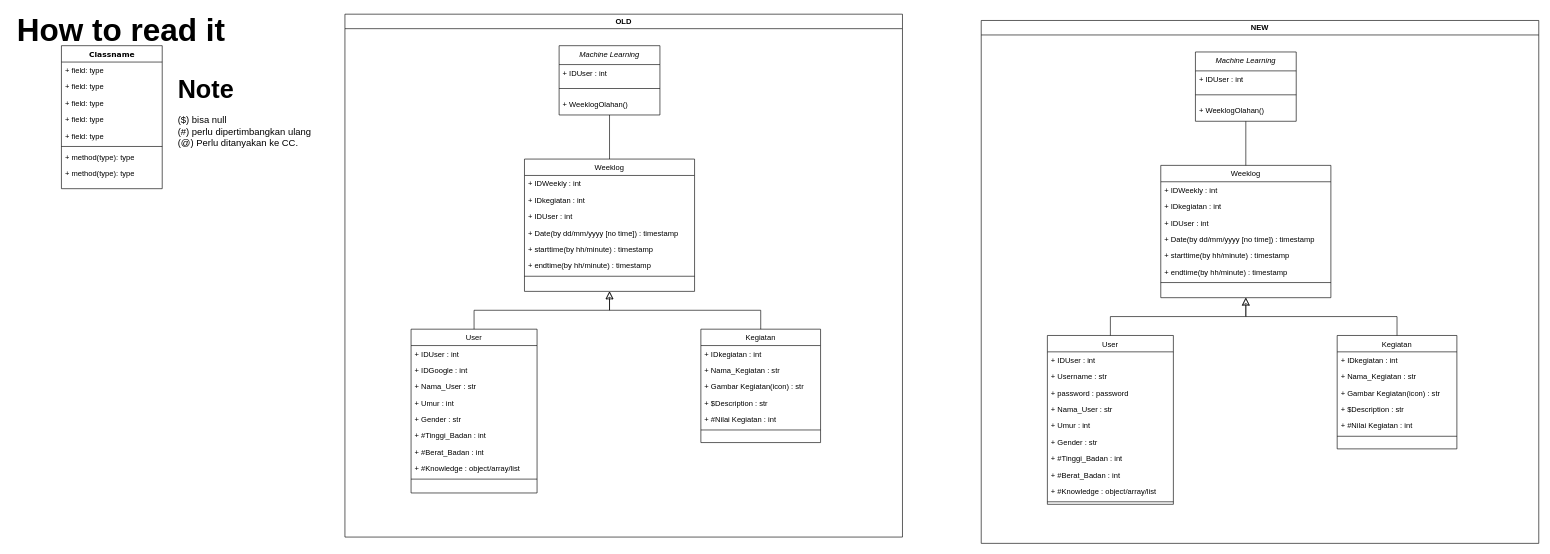
Earlier version of the draw.io diagram database.drawio (CAPSTONE-CH2-PS008/Database). Source tidied: cells renumbered, new cells numbered last; positions are measured from the earlier drawing's top-left corner, leaving out a move shared by most shapes. Both pictures are drawn from the tidied source at 63%, with x=0, y=0 at pixel (11, 14).
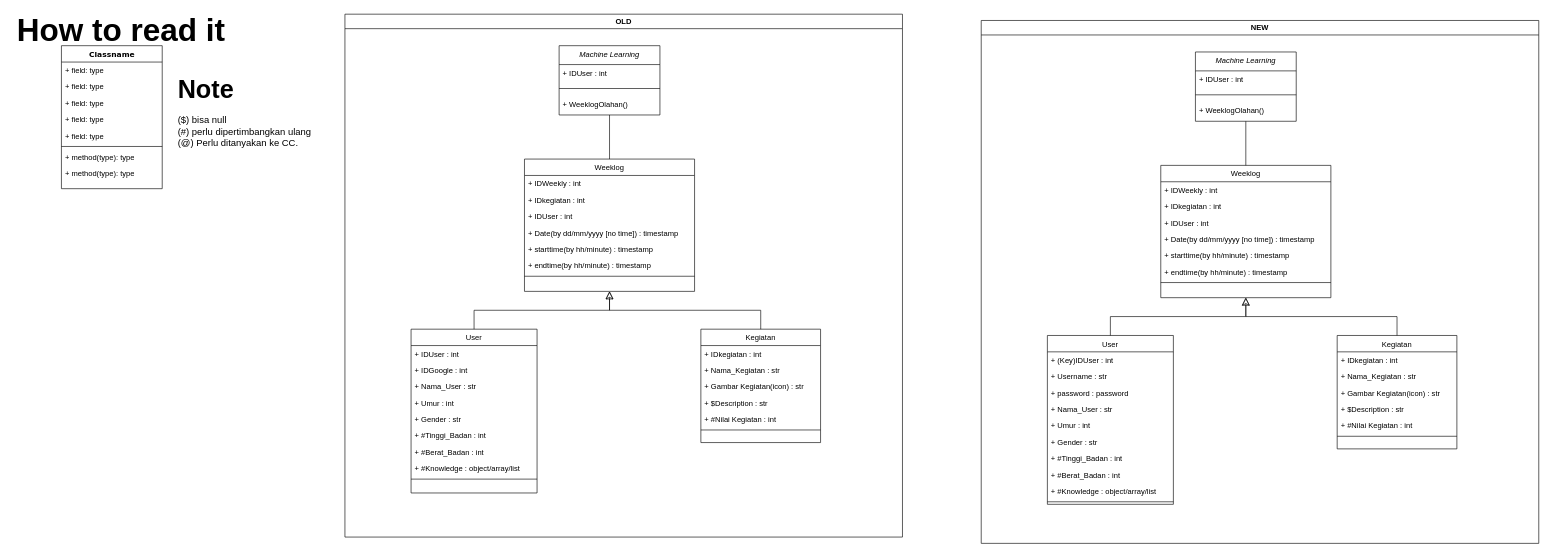
After the change.

The change refers to these unchanged cells:
```xml
<mxCell id="55" value="User" style="swimlane;fontStyle=0;align=center;verticalAlign=top;horizontal=1;startSize=26;rounded=0;shadow=0;strokeWidth=1;" parent="47" vertex="1">
  <mxGeometry x="105" y="500" width="200" height="268" as="geometry" />
</mxCell>
```

Change to the diagram source:
```diff
@@
-    <mxCell id="56" value="+ IDUser : int" style="text;align=left;verticalAlign=top;spacingLeft=4;spacingRight=4;overflow=hidden;" parent="55" vertex="1">
+    <mxCell id="56" value="+ (Key)IDUser : int" style="text;align=left;verticalAlign=top;spacingLeft=4;spacingRight=4;overflow=hidden;" parent="55" vertex="1">
       <mxGeometry y="26" width="200" height="26" as="geometry" />
     </mxCell>
```
